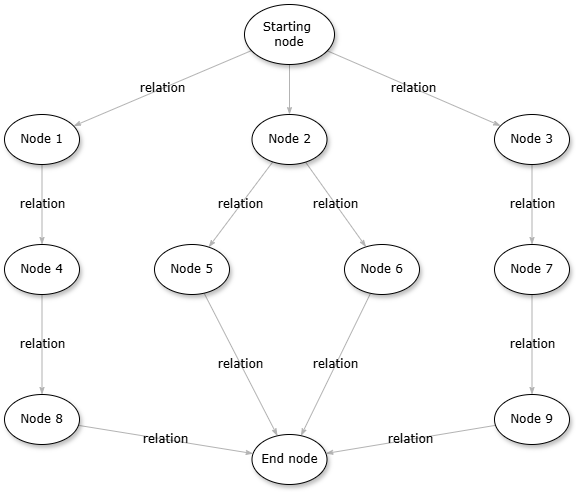
Before: src/graph.drawio.png, a diagram exported from draw.io (WarinCode/algorithm-project). Source tidied: cells renumbered, new cells last; positions are measured from the earlier drawing's top-left corner, leaving out a move shared by most shapes. The source it was exported from:
```xml
<mxGraphModel>
  <root>
    <mxCell id="0" />
    <mxCell id="1" parent="0" />
    <mxCell id="2" style="edgeStyle=none;rounded=1;html=1;labelBackgroundColor=none;startArrow=none;startFill=0;startSize=5;endArrow=classicThin;endFill=1;endSize=5;jettySize=auto;strokeColor=#B3B3B3;strokeWidth=1;fontFamily=Verdana;fontSize=12;" parent="1" edge="1" source="5" target="8">
      <mxGeometry relative="1" as="geometry" />
    </mxCell>
    <mxCell id="3" value="relation" style="edgeStyle=none;rounded=1;html=1;labelBackgroundColor=none;startArrow=none;startFill=0;startSize=5;endArrow=classicThin;endFill=1;endSize=5;jettySize=auto;strokeColor=#B3B3B3;strokeWidth=1;fontFamily=Verdana;fontSize=12;" parent="1" edge="1" source="5" target="21">
      <mxGeometry relative="1" as="geometry" />
    </mxCell>
    <mxCell id="4" value="relation" style="edgeStyle=none;rounded=1;html=1;labelBackgroundColor=none;startArrow=none;startFill=0;startSize=5;endArrow=classicThin;endFill=1;endSize=5;jettySize=auto;strokeColor=#B3B3B3;strokeWidth=1;fontFamily=Verdana;fontSize=12;" parent="1" edge="1" source="5" target="10">
      <mxGeometry relative="1" as="geometry" />
    </mxCell>
    <mxCell id="5" value="Starting&amp;nbsp;&lt;div&gt;node&lt;/div&gt;" style="ellipse;whiteSpace=wrap;html=1;rounded=0;shadow=1;comic=0;labelBackgroundColor=none;strokeWidth=1;fontFamily=Verdana;fontSize=12;align=center;" parent="1" vertex="1">
      <mxGeometry x="240" width="90" height="60" as="geometry" />
    </mxCell>
    <mxCell id="6" value="relation" style="edgeStyle=none;rounded=1;html=1;labelBackgroundColor=none;startArrow=none;startFill=0;startSize=5;endArrow=classicThin;endFill=1;endSize=5;jettySize=auto;strokeColor=#B3B3B3;strokeWidth=1;fontFamily=Verdana;fontSize=12;" parent="1" edge="1" source="8" target="18">
      <mxGeometry relative="1" as="geometry" />
    </mxCell>
    <mxCell id="7" value="relation" style="edgeStyle=none;rounded=1;html=1;labelBackgroundColor=none;startArrow=none;startFill=0;startSize=5;endArrow=classicThin;endFill=1;endSize=5;jettySize=auto;strokeColor=#B3B3B3;strokeWidth=1;fontFamily=Verdana;fontSize=12;" parent="1" edge="1" source="8" target="16">
      <mxGeometry relative="1" as="geometry" />
    </mxCell>
    <mxCell id="8" value="&lt;span&gt;Node 2&lt;/span&gt;" style="ellipse;whiteSpace=wrap;html=1;rounded=0;shadow=1;comic=0;labelBackgroundColor=none;strokeWidth=1;fontFamily=Verdana;fontSize=12;align=center;" parent="1" vertex="1">
      <mxGeometry x="247.5" y="110" width="75" height="50" as="geometry" />
    </mxCell>
    <mxCell id="9" value="relation" style="edgeStyle=none;rounded=1;html=1;labelBackgroundColor=none;startArrow=none;startFill=0;startSize=5;endArrow=classicThin;endFill=1;endSize=5;jettySize=auto;strokeColor=#B3B3B3;strokeWidth=1;fontFamily=Verdana;fontSize=12;" parent="1" edge="1" source="10" target="12">
      <mxGeometry relative="1" as="geometry" />
    </mxCell>
    <mxCell id="10" value="&lt;span&gt;Node 3&lt;/span&gt;" style="ellipse;whiteSpace=wrap;html=1;rounded=0;shadow=1;comic=0;labelBackgroundColor=none;strokeWidth=1;fontFamily=Verdana;fontSize=12;align=center;" parent="1" vertex="1">
      <mxGeometry x="490" y="110" width="75" height="50" as="geometry" />
    </mxCell>
    <mxCell id="11" value="relation" style="edgeStyle=none;rounded=1;html=1;labelBackgroundColor=none;startArrow=none;startFill=0;startSize=5;endArrow=classicThin;endFill=1;endSize=5;jettySize=auto;strokeColor=#B3B3B3;strokeWidth=1;fontFamily=Verdana;fontSize=12;" parent="1" edge="1" source="12" target="14">
      <mxGeometry relative="1" as="geometry" />
    </mxCell>
    <mxCell id="12" value="&lt;span&gt;Node 7&lt;/span&gt;" style="ellipse;whiteSpace=wrap;html=1;rounded=0;shadow=1;comic=0;labelBackgroundColor=none;strokeWidth=1;fontFamily=Verdana;fontSize=12;align=center;" parent="1" vertex="1">
      <mxGeometry x="490" y="240" width="75" height="50" as="geometry" />
    </mxCell>
    <mxCell id="13" value="relation" style="edgeStyle=none;rounded=1;html=1;labelBackgroundColor=none;startArrow=none;startFill=0;startSize=5;endArrow=classicThin;endFill=1;endSize=5;jettySize=auto;strokeColor=#B3B3B3;strokeWidth=1;fontFamily=Verdana;fontSize=12;" parent="1" edge="1" source="14" target="19">
      <mxGeometry relative="1" as="geometry" />
    </mxCell>
    <mxCell id="14" value="&lt;span&gt;Node 9&lt;/span&gt;" style="ellipse;whiteSpace=wrap;html=1;rounded=0;shadow=1;comic=0;labelBackgroundColor=none;strokeWidth=1;fontFamily=Verdana;fontSize=12;align=center;" parent="1" vertex="1">
      <mxGeometry x="490" y="390" width="75" height="50" as="geometry" />
    </mxCell>
    <mxCell id="15" value="relation" style="edgeStyle=none;rounded=1;html=1;labelBackgroundColor=none;startArrow=none;startFill=0;startSize=5;endArrow=classicThin;endFill=1;endSize=5;jettySize=auto;strokeColor=#B3B3B3;strokeWidth=1;fontFamily=Verdana;fontSize=12;" parent="1" edge="1" source="16" target="19">
      <mxGeometry relative="1" as="geometry" />
    </mxCell>
    <mxCell id="16" value="&lt;span&gt;Node 6&lt;/span&gt;" style="ellipse;whiteSpace=wrap;html=1;rounded=0;shadow=1;comic=0;labelBackgroundColor=none;strokeWidth=1;fontFamily=Verdana;fontSize=12;align=center;" parent="1" vertex="1">
      <mxGeometry x="340" y="240" width="75" height="50" as="geometry" />
    </mxCell>
    <mxCell id="17" value="relation" style="edgeStyle=none;rounded=1;html=1;labelBackgroundColor=none;startArrow=none;startFill=0;startSize=5;endArrow=classicThin;endFill=1;endSize=5;jettySize=auto;strokeColor=#B3B3B3;strokeWidth=1;fontFamily=Verdana;fontSize=12;" parent="1" edge="1" source="18" target="19">
      <mxGeometry relative="1" as="geometry" />
    </mxCell>
    <mxCell id="18" value="&lt;span&gt;Node 5&lt;/span&gt;" style="ellipse;whiteSpace=wrap;html=1;rounded=0;shadow=1;comic=0;labelBackgroundColor=none;strokeWidth=1;fontFamily=Verdana;fontSize=12;align=center;" parent="1" vertex="1">
      <mxGeometry x="150" y="240" width="75" height="50" as="geometry" />
    </mxCell>
    <mxCell id="19" value="End node" style="ellipse;whiteSpace=wrap;html=1;rounded=0;shadow=1;comic=0;labelBackgroundColor=none;strokeWidth=1;fontFamily=Verdana;fontSize=12;align=center;" parent="1" vertex="1">
      <mxGeometry x="247.5" y="430" width="75" height="50" as="geometry" />
    </mxCell>
    <mxCell id="20" value="relation" style="edgeStyle=none;rounded=1;html=1;labelBackgroundColor=none;startArrow=none;startFill=0;startSize=5;endArrow=classicThin;endFill=1;endSize=5;jettySize=auto;strokeColor=#B3B3B3;strokeWidth=1;fontFamily=Verdana;fontSize=12;" parent="1" edge="1" source="21" target="23">
      <mxGeometry relative="1" as="geometry" />
    </mxCell>
    <mxCell id="21" value="Node 1" style="ellipse;whiteSpace=wrap;html=1;rounded=0;shadow=1;comic=0;labelBackgroundColor=none;strokeWidth=1;fontFamily=Verdana;fontSize=12;align=center;" parent="1" vertex="1">
      <mxGeometry y="110" width="75" height="50" as="geometry" />
    </mxCell>
    <mxCell id="22" value="relation" style="edgeStyle=none;rounded=1;html=1;labelBackgroundColor=none;startArrow=none;startFill=0;startSize=5;endArrow=classicThin;endFill=1;endSize=5;jettySize=auto;strokeColor=#B3B3B3;strokeWidth=1;fontFamily=Verdana;fontSize=12;" parent="1" edge="1" source="23" target="25">
      <mxGeometry relative="1" as="geometry" />
    </mxCell>
    <mxCell id="23" value="&lt;span&gt;Node 4&lt;/span&gt;" style="ellipse;whiteSpace=wrap;html=1;rounded=0;shadow=1;comic=0;labelBackgroundColor=none;strokeWidth=1;fontFamily=Verdana;fontSize=12;align=center;" parent="1" vertex="1">
      <mxGeometry y="240" width="75" height="50" as="geometry" />
    </mxCell>
    <mxCell id="24" value="relation" style="edgeStyle=none;rounded=1;html=1;labelBackgroundColor=none;startArrow=none;startFill=0;startSize=5;endArrow=classicThin;endFill=1;endSize=5;jettySize=auto;strokeColor=#B3B3B3;strokeWidth=1;fontFamily=Verdana;fontSize=12;" parent="1" edge="1" source="25" target="19">
      <mxGeometry relative="1" as="geometry" />
    </mxCell>
    <mxCell id="25" value="&lt;span&gt;Node 8&lt;/span&gt;" style="ellipse;whiteSpace=wrap;html=1;rounded=0;shadow=1;comic=0;labelBackgroundColor=none;strokeWidth=1;fontFamily=Verdana;fontSize=12;align=center;" parent="1" vertex="1">
      <mxGeometry y="390" width="75" height="50" as="geometry" />
    </mxCell>
  </root>
</mxGraphModel>
```
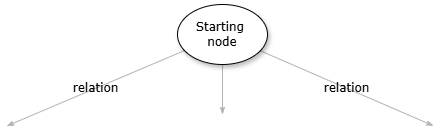
The same diagram one commit later.

Diff of the diagram source:
```diff
@@ -2,77 +2,23 @@
   <root>
     <mxCell id="0" />
     <mxCell id="1" parent="0" />
-    <mxCell id="2" style="edgeStyle=none;rounded=1;html=1;labelBackgroundColor=none;startArrow=none;startFill=0;startSize=5;endArrow=classicThin;endFill=1;endSize=5;jettySize=auto;strokeColor=#B3B3B3;strokeWidth=1;fontFamily=Verdana;fontSize=12;" parent="1" edge="1" source="5" target="8">
-      <mxGeometry relative="1" as="geometry" />
+    <mxCell id="2" style="edgeStyle=none;rounded=1;html=1;labelBackgroundColor=none;startArrow=none;startFill=0;startSize=5;endArrow=classicThin;endFill=1;endSize=5;jettySize=auto;strokeColor=#B3B3B3;strokeWidth=1;fontFamily=Verdana;fontSize=12;" parent="1" edge="1" source="5">
+      <mxGeometry relative="1" as="geometry">
+        <mxPoint x="285" y="110" as="targetPoint" />
+      </mxGeometry>
     </mxCell>
-    <mxCell id="3" value="relation" style="edgeStyle=none;rounded=1;html=1;labelBackgroundColor=none;startArrow=none;startFill=0;startSize=5;endArrow=classicThin;endFill=1;endSize=5;jettySize=auto;strokeColor=#B3B3B3;strokeWidth=1;fontFamily=Verdana;fontSize=12;" parent="1" edge="1" source="5" target="21">
-      <mxGeometry relative="1" as="geometry" />
+    <mxCell id="3" value="relation" style="edgeStyle=none;rounded=1;html=1;labelBackgroundColor=none;startArrow=none;startFill=0;startSize=5;endArrow=classicThin;endFill=1;endSize=5;jettySize=auto;strokeColor=#B3B3B3;strokeWidth=1;fontFamily=Verdana;fontSize=12;" parent="1" edge="1" source="5">
+      <mxGeometry relative="1" as="geometry">
+        <mxPoint x="69.1" y="121.6" as="targetPoint" />
+      </mxGeometry>
     </mxCell>
-    <mxCell id="4" value="relation" style="edgeStyle=none;rounded=1;html=1;labelBackgroundColor=none;startArrow=none;startFill=0;startSize=5;endArrow=classicThin;endFill=1;endSize=5;jettySize=auto;strokeColor=#B3B3B3;strokeWidth=1;fontFamily=Verdana;fontSize=12;" parent="1" edge="1" source="5" target="10">
-      <mxGeometry relative="1" as="geometry" />
+    <mxCell id="4" value="relation" style="edgeStyle=none;rounded=1;html=1;labelBackgroundColor=none;startArrow=none;startFill=0;startSize=5;endArrow=classicThin;endFill=1;endSize=5;jettySize=auto;strokeColor=#B3B3B3;strokeWidth=1;fontFamily=Verdana;fontSize=12;" parent="1" edge="1" source="5">
+      <mxGeometry relative="1" as="geometry">
+        <mxPoint x="496.1" y="121.4" as="targetPoint" />
+      </mxGeometry>
     </mxCell>
     <mxCell id="5" value="Starting&amp;nbsp;&lt;div&gt;node&lt;/div&gt;" style="ellipse;whiteSpace=wrap;html=1;rounded=0;shadow=1;comic=0;labelBackgroundColor=none;strokeWidth=1;fontFamily=Verdana;fontSize=12;align=center;" parent="1" vertex="1">
       <mxGeometry x="240" width="90" height="60" as="geometry" />
     </mxCell>
-    <mxCell id="6" value="relation" style="edgeStyle=none;rounded=1;html=1;labelBackgroundColor=none;startArrow=none;startFill=0;startSize=5;endArrow=classicThin;endFill=1;endSize=5;jettySize=auto;strokeColor=#B3B3B3;strokeWidth=1;fontFamily=Verdana;fontSize=12;" parent="1" edge="1" source="8" target="18">
-      <mxGeometry relative="1" as="geometry" />
-    </mxCell>
-    <mxCell id="7" value="relation" style="edgeStyle=none;rounded=1;html=1;labelBackgroundColor=none;startArrow=none;startFill=0;startSize=5;endArrow=classicThin;endFill=1;endSize=5;jettySize=auto;strokeColor=#B3B3B3;strokeWidth=1;fontFamily=Verdana;fontSize=12;" parent="1" edge="1" source="8" target="16">
-      <mxGeometry relative="1" as="geometry" />
-    </mxCell>
-    <mxCell id="8" value="&lt;span&gt;Node 2&lt;/span&gt;" style="ellipse;whiteSpace=wrap;html=1;rounded=0;shadow=1;comic=0;labelBackgroundColor=none;strokeWidth=1;fontFamily=Verdana;fontSize=12;align=center;" parent="1" vertex="1">
-      <mxGeometry x="247.5" y="110" width="75" height="50" as="geometry" />
-    </mxCell>
-    <mxCell id="9" value="relation" style="edgeStyle=none;rounded=1;html=1;labelBackgroundColor=none;startArrow=none;startFill=0;startSize=5;endArrow=classicThin;endFill=1;endSize=5;jettySize=auto;strokeColor=#B3B3B3;strokeWidth=1;fontFamily=Verdana;fontSize=12;" parent="1" edge="1" source="10" target="12">
-      <mxGeometry relative="1" as="geometry" />
-    </mxCell>
-    <mxCell id="10" value="&lt;span&gt;Node 3&lt;/span&gt;" style="ellipse;whiteSpace=wrap;html=1;rounded=0;shadow=1;comic=0;labelBackgroundColor=none;strokeWidth=1;fontFamily=Verdana;fontSize=12;align=center;" parent="1" vertex="1">
-      <mxGeometry x="490" y="110" width="75" height="50" as="geometry" />
-    </mxCell>
-    <mxCell id="11" value="relation" style="edgeStyle=none;rounded=1;html=1;labelBackgroundColor=none;startArrow=none;startFill=0;startSize=5;endArrow=classicThin;endFill=1;endSize=5;jettySize=auto;strokeColor=#B3B3B3;strokeWidth=1;fontFamily=Verdana;fontSize=12;" parent="1" edge="1" source="12" target="14">
-      <mxGeometry relative="1" as="geometry" />
-    </mxCell>
-    <mxCell id="12" value="&lt;span&gt;Node 7&lt;/span&gt;" style="ellipse;whiteSpace=wrap;html=1;rounded=0;shadow=1;comic=0;labelBackgroundColor=none;strokeWidth=1;fontFamily=Verdana;fontSize=12;align=center;" parent="1" vertex="1">
-      <mxGeometry x="490" y="240" width="75" height="50" as="geometry" />
-    </mxCell>
-    <mxCell id="13" value="relation" style="edgeStyle=none;rounded=1;html=1;labelBackgroundColor=none;startArrow=none;startFill=0;startSize=5;endArrow=classicThin;endFill=1;endSize=5;jettySize=auto;strokeColor=#B3B3B3;strokeWidth=1;fontFamily=Verdana;fontSize=12;" parent="1" edge="1" source="14" target="19">
-      <mxGeometry relative="1" as="geometry" />
-    </mxCell>
-    <mxCell id="14" value="&lt;span&gt;Node 9&lt;/span&gt;" style="ellipse;whiteSpace=wrap;html=1;rounded=0;shadow=1;comic=0;labelBackgroundColor=none;strokeWidth=1;fontFamily=Verdana;fontSize=12;align=center;" parent="1" vertex="1">
-      <mxGeometry x="490" y="390" width="75" height="50" as="geometry" />
-    </mxCell>
-    <mxCell id="15" value="relation" style="edgeStyle=none;rounded=1;html=1;labelBackgroundColor=none;startArrow=none;startFill=0;startSize=5;endArrow=classicThin;endFill=1;endSize=5;jettySize=auto;strokeColor=#B3B3B3;strokeWidth=1;fontFamily=Verdana;fontSize=12;" parent="1" edge="1" source="16" target="19">
-      <mxGeometry relative="1" as="geometry" />
-    </mxCell>
-    <mxCell id="16" value="&lt;span&gt;Node 6&lt;/span&gt;" style="ellipse;whiteSpace=wrap;html=1;rounded=0;shadow=1;comic=0;labelBackgroundColor=none;strokeWidth=1;fontFamily=Verdana;fontSize=12;align=center;" parent="1" vertex="1">
-      <mxGeometry x="340" y="240" width="75" height="50" as="geometry" />
-    </mxCell>
-    <mxCell id="17" value="relation" style="edgeStyle=none;rounded=1;html=1;labelBackgroundColor=none;startArrow=none;startFill=0;startSize=5;endArrow=classicThin;endFill=1;endSize=5;jettySize=auto;strokeColor=#B3B3B3;strokeWidth=1;fontFamily=Verdana;fontSize=12;" parent="1" edge="1" source="18" target="19">
-      <mxGeometry relative="1" as="geometry" />
-    </mxCell>
-    <mxCell id="18" value="&lt;span&gt;Node 5&lt;/span&gt;" style="ellipse;whiteSpace=wrap;html=1;rounded=0;shadow=1;comic=0;labelBackgroundColor=none;strokeWidth=1;fontFamily=Verdana;fontSize=12;align=center;" parent="1" vertex="1">
-      <mxGeometry x="150" y="240" width="75" height="50" as="geometry" />
-    </mxCell>
-    <mxCell id="19" value="End node" style="ellipse;whiteSpace=wrap;html=1;rounded=0;shadow=1;comic=0;labelBackgroundColor=none;strokeWidth=1;fontFamily=Verdana;fontSize=12;align=center;" parent="1" vertex="1">
-      <mxGeometry x="247.5" y="430" width="75" height="50" as="geometry" />
-    </mxCell>
-    <mxCell id="20" value="relation" style="edgeStyle=none;rounded=1;html=1;labelBackgroundColor=none;startArrow=none;startFill=0;startSize=5;endArrow=classicThin;endFill=1;endSize=5;jettySize=auto;strokeColor=#B3B3B3;strokeWidth=1;fontFamily=Verdana;fontSize=12;" parent="1" edge="1" source="21" target="23">
-      <mxGeometry relative="1" as="geometry" />
-    </mxCell>
-    <mxCell id="21" value="Node 1" style="ellipse;whiteSpace=wrap;html=1;rounded=0;shadow=1;comic=0;labelBackgroundColor=none;strokeWidth=1;fontFamily=Verdana;fontSize=12;align=center;" parent="1" vertex="1">
-      <mxGeometry y="110" width="75" height="50" as="geometry" />
-    </mxCell>
-    <mxCell id="22" value="relation" style="edgeStyle=none;rounded=1;html=1;labelBackgroundColor=none;startArrow=none;startFill=0;startSize=5;endArrow=classicThin;endFill=1;endSize=5;jettySize=auto;strokeColor=#B3B3B3;strokeWidth=1;fontFamily=Verdana;fontSize=12;" parent="1" edge="1" source="23" target="25">
-      <mxGeometry relative="1" as="geometry" />
-    </mxCell>
-    <mxCell id="23" value="&lt;span&gt;Node 4&lt;/span&gt;" style="ellipse;whiteSpace=wrap;html=1;rounded=0;shadow=1;comic=0;labelBackgroundColor=none;strokeWidth=1;fontFamily=Verdana;fontSize=12;align=center;" parent="1" vertex="1">
-      <mxGeometry y="240" width="75" height="50" as="geometry" />
-    </mxCell>
-    <mxCell id="24" value="relation" style="edgeStyle=none;rounded=1;html=1;labelBackgroundColor=none;startArrow=none;startFill=0;startSize=5;endArrow=classicThin;endFill=1;endSize=5;jettySize=auto;strokeColor=#B3B3B3;strokeWidth=1;fontFamily=Verdana;fontSize=12;" parent="1" edge="1" source="25" target="19">
-      <mxGeometry relative="1" as="geometry" />
-    </mxCell>
-    <mxCell id="25" value="&lt;span&gt;Node 8&lt;/span&gt;" style="ellipse;whiteSpace=wrap;html=1;rounded=0;shadow=1;comic=0;labelBackgroundColor=none;strokeWidth=1;fontFamily=Verdana;fontSize=12;align=center;" parent="1" vertex="1">
-      <mxGeometry y="390" width="75" height="50" as="geometry" />
-    </mxCell>
   </root>
 </mxGraphModel>
```
